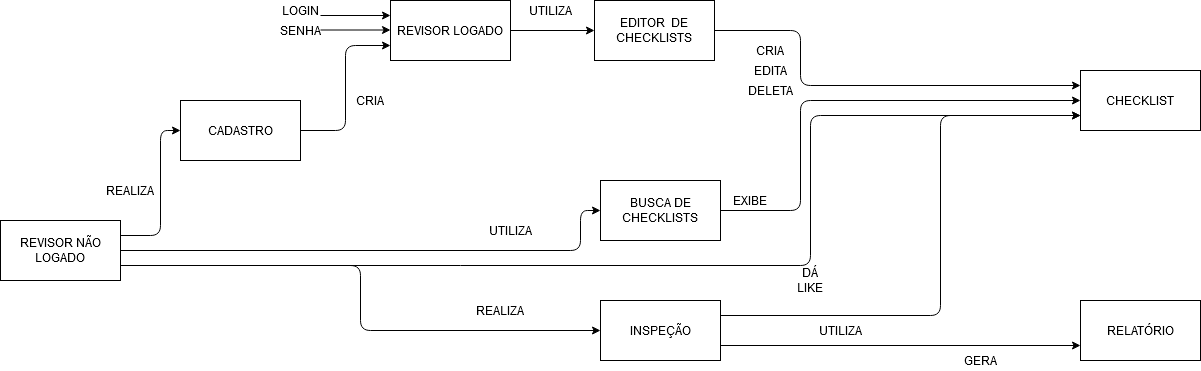
Earlier version of the draw.io export Specification/SADT-Revisionhub.png (marcosvporto/revisionhub). Source tidied: cells renumbered, new cells last; positions are measured from the earlier drawing's top-left corner, leaving out a move shared by most shapes. The source it was exported from:
```xml
<mxGraphModel>
  <root>
    <mxCell id="0" />
    <mxCell id="1" parent="0" />
    <mxCell id="2" style="edgeStyle=orthogonalEdgeStyle;rounded=1;jettySize=auto;html=1;exitX=1;exitY=0.5;exitDx=0;exitDy=0;entryX=0;entryY=0.5;entryDx=0;entryDy=0;" parent="1" edge="1" source="4" target="6">
      <mxGeometry relative="1" as="geometry" />
    </mxCell>
    <mxCell id="3" style="edgeStyle=orthogonalEdgeStyle;rounded=0;jettySize=auto;html=1;entryX=0;entryY=0.25;entryDx=0;entryDy=0;" parent="1" edge="1" target="4">
      <mxGeometry relative="1" as="geometry">
        <mxPoint x="320" y="15" as="sourcePoint" />
      </mxGeometry>
    </mxCell>
    <mxCell id="4" value="REVISOR LOGADO " style="rounded=0;whiteSpace=wrap;html=1;" parent="1" vertex="1">
      <mxGeometry x="390" width="120" height="60" as="geometry" />
    </mxCell>
    <mxCell id="5" style="edgeStyle=orthogonalEdgeStyle;rounded=1;jettySize=auto;html=1;exitX=1;exitY=0.5;exitDx=0;exitDy=0;entryX=0;entryY=0.25;entryDx=0;entryDy=0;" parent="1" edge="1" source="6" target="15">
      <mxGeometry relative="1" as="geometry">
        <Array as="points">
          <mxPoint x="800" y="30" />
          <mxPoint x="800" y="85" />
        </Array>
      </mxGeometry>
    </mxCell>
    <mxCell id="6" value="EDITOR&amp;nbsp; DE CHECKLISTS" style="rounded=0;whiteSpace=wrap;html=1;" parent="1" vertex="1">
      <mxGeometry x="594" width="120" height="60" as="geometry" />
    </mxCell>
    <mxCell id="7" style="edgeStyle=orthogonalEdgeStyle;rounded=1;jettySize=auto;html=1;exitX=1;exitY=0.5;exitDx=0;exitDy=0;entryX=0;entryY=0.5;entryDx=0;entryDy=0;" parent="1" edge="1" source="11" target="14">
      <mxGeometry relative="1" as="geometry">
        <Array as="points">
          <mxPoint x="580" y="250" />
          <mxPoint x="580" y="210" />
        </Array>
      </mxGeometry>
    </mxCell>
    <mxCell id="8" style="edgeStyle=orthogonalEdgeStyle;rounded=1;jettySize=auto;html=1;exitX=1;exitY=0.75;exitDx=0;exitDy=0;entryX=0;entryY=0.75;entryDx=0;entryDy=0;" parent="1" edge="1" source="11" target="15">
      <mxGeometry relative="1" as="geometry">
        <Array as="points">
          <mxPoint x="810" y="265" />
          <mxPoint x="810" y="115" />
        </Array>
      </mxGeometry>
    </mxCell>
    <mxCell id="9" style="edgeStyle=orthogonalEdgeStyle;rounded=1;jettySize=auto;html=1;exitX=1;exitY=0.25;exitDx=0;exitDy=0;entryX=0;entryY=0.5;entryDx=0;entryDy=0;" parent="1" edge="1" source="11" target="27">
      <mxGeometry relative="1" as="geometry">
        <Array as="points">
          <mxPoint x="160" y="235" />
          <mxPoint x="160" y="130" />
        </Array>
      </mxGeometry>
    </mxCell>
    <mxCell id="10" style="edgeStyle=orthogonalEdgeStyle;rounded=1;jettySize=auto;html=1;exitX=1;exitY=0.75;exitDx=0;exitDy=0;entryX=0;entryY=0.5;entryDx=0;entryDy=0;" parent="1" edge="1" source="11" target="31">
      <mxGeometry relative="1" as="geometry" />
    </mxCell>
    <mxCell id="11" value="REVISOR NÃO LOGADO" style="rounded=0;whiteSpace=wrap;html=1;" parent="1" vertex="1">
      <mxGeometry y="220" width="120" height="60" as="geometry" />
    </mxCell>
    <mxCell id="12" value="UTILIZA" style="text;html=1;strokeColor=none;fillColor=none;align=center;verticalAlign=middle;whiteSpace=wrap;rounded=0;" parent="1" vertex="1">
      <mxGeometry x="530" width="40" height="20" as="geometry" />
    </mxCell>
    <mxCell id="13" style="edgeStyle=orthogonalEdgeStyle;rounded=1;jettySize=auto;html=1;exitX=1;exitY=0.5;exitDx=0;exitDy=0;entryX=0;entryY=0.5;entryDx=0;entryDy=0;" parent="1" edge="1" source="14" target="15">
      <mxGeometry relative="1" as="geometry">
        <Array as="points">
          <mxPoint x="800" y="210" />
          <mxPoint x="800" y="100" />
        </Array>
      </mxGeometry>
    </mxCell>
    <mxCell id="14" value="BUSCA DE CHECKLISTS" style="rounded=0;whiteSpace=wrap;html=1;" parent="1" vertex="1">
      <mxGeometry x="600" y="180" width="120" height="60" as="geometry" />
    </mxCell>
    <mxCell id="15" value="CHECKLIST" style="rounded=0;whiteSpace=wrap;html=1;" parent="1" vertex="1">
      <mxGeometry x="1080" y="70" width="120" height="60" as="geometry" />
    </mxCell>
    <mxCell id="16" value="CRIA" style="text;html=1;strokeColor=none;fillColor=none;align=center;verticalAlign=middle;whiteSpace=wrap;rounded=0;" parent="1" vertex="1">
      <mxGeometry x="750" y="40" width="40" height="20" as="geometry" />
    </mxCell>
    <mxCell id="17" value="EXIBE" style="text;html=1;strokeColor=none;fillColor=none;align=center;verticalAlign=middle;whiteSpace=wrap;rounded=0;" parent="1" vertex="1">
      <mxGeometry x="730" y="190" width="40" height="20" as="geometry" />
    </mxCell>
    <mxCell id="18" value="UTILIZA" style="text;html=1;strokeColor=none;fillColor=none;align=center;verticalAlign=middle;whiteSpace=wrap;rounded=0;" parent="1" vertex="1">
      <mxGeometry x="490" y="220" width="40" height="20" as="geometry" />
    </mxCell>
    <mxCell id="19" value="DÁ LIKE" style="text;html=1;strokeColor=none;fillColor=none;align=center;verticalAlign=middle;whiteSpace=wrap;rounded=0;" parent="1" vertex="1">
      <mxGeometry x="790" y="270" width="40" height="20" as="geometry" />
    </mxCell>
    <mxCell id="20" value="LOGIN" style="text;html=1;strokeColor=none;fillColor=none;align=center;verticalAlign=middle;whiteSpace=wrap;rounded=0;" parent="1" vertex="1">
      <mxGeometry x="280" width="40" height="20" as="geometry" />
    </mxCell>
    <mxCell id="21" style="edgeStyle=orthogonalEdgeStyle;rounded=1;orthogonalLoop=1;jettySize=auto;html=1;exitX=0;exitY=0.25;exitDx=0;exitDy=0;entryX=0;entryY=0.25;entryDx=0;entryDy=0;" parent="1" edge="1">
      <mxGeometry relative="1" as="geometry">
        <mxPoint x="320" y="29.5" as="sourcePoint" />
        <mxPoint x="390" y="29.5" as="targetPoint" />
      </mxGeometry>
    </mxCell>
    <mxCell id="22" value="SENHA" style="text;html=1;strokeColor=none;fillColor=none;align=center;verticalAlign=middle;whiteSpace=wrap;rounded=0;" parent="1" vertex="1">
      <mxGeometry x="280" y="20" width="40" height="20" as="geometry" />
    </mxCell>
    <mxCell id="23" value="&lt;div&gt;REALIZA &lt;br&gt;&lt;/div&gt;" style="text;html=1;strokeColor=none;fillColor=none;align=center;verticalAlign=middle;whiteSpace=wrap;rounded=0;" parent="1" vertex="1">
      <mxGeometry x="110" y="180" width="40" height="20" as="geometry" />
    </mxCell>
    <mxCell id="24" value="EDITA" style="text;html=1;strokeColor=none;fillColor=none;align=center;verticalAlign=middle;whiteSpace=wrap;rounded=0;" parent="1" vertex="1">
      <mxGeometry x="750" y="60" width="40" height="20" as="geometry" />
    </mxCell>
    <mxCell id="25" value="DELETA" style="text;html=1;strokeColor=none;fillColor=none;align=center;verticalAlign=middle;whiteSpace=wrap;rounded=0;" parent="1" vertex="1">
      <mxGeometry x="750" y="80" width="40" height="20" as="geometry" />
    </mxCell>
    <mxCell id="26" style="edgeStyle=orthogonalEdgeStyle;rounded=1;jettySize=auto;html=1;exitX=1;exitY=0.5;exitDx=0;exitDy=0;entryX=0;entryY=0.75;entryDx=0;entryDy=0;" parent="1" edge="1" source="27" target="4">
      <mxGeometry relative="1" as="geometry" />
    </mxCell>
    <mxCell id="27" value="CADASTRO" style="rounded=0;whiteSpace=wrap;html=1;" parent="1" vertex="1">
      <mxGeometry x="180" y="100" width="120" height="60" as="geometry" />
    </mxCell>
    <mxCell id="28" value="CRIA" style="text;html=1;strokeColor=none;fillColor=none;align=center;verticalAlign=middle;whiteSpace=wrap;rounded=0;" parent="1" vertex="1">
      <mxGeometry x="350" y="90" width="40" height="20" as="geometry" />
    </mxCell>
    <mxCell id="29" style="edgeStyle=orthogonalEdgeStyle;rounded=1;jettySize=auto;html=1;exitX=1;exitY=0.25;exitDx=0;exitDy=0;entryX=0;entryY=0.75;entryDx=0;entryDy=0;" parent="1" edge="1" source="31" target="15">
      <mxGeometry relative="1" as="geometry">
        <Array as="points">
          <mxPoint x="940" y="315" />
          <mxPoint x="940" y="115" />
        </Array>
      </mxGeometry>
    </mxCell>
    <mxCell id="30" style="edgeStyle=orthogonalEdgeStyle;rounded=1;jettySize=auto;html=1;exitX=1;exitY=0.75;exitDx=0;exitDy=0;entryX=0;entryY=0.75;entryDx=0;entryDy=0;" parent="1" edge="1" source="31" target="34">
      <mxGeometry relative="1" as="geometry" />
    </mxCell>
    <mxCell id="31" value="INSPEÇÃO" style="rounded=0;whiteSpace=wrap;html=1;" parent="1" vertex="1">
      <mxGeometry x="600" y="300" width="120" height="60" as="geometry" />
    </mxCell>
    <mxCell id="32" value="REALIZA" style="text;html=1;strokeColor=none;fillColor=none;align=center;verticalAlign=middle;whiteSpace=wrap;rounded=0;" parent="1" vertex="1">
      <mxGeometry x="480" y="300" width="40" height="20" as="geometry" />
    </mxCell>
    <mxCell id="33" value="UTILIZA" style="text;html=1;strokeColor=none;fillColor=none;align=center;verticalAlign=middle;whiteSpace=wrap;rounded=0;" parent="1" vertex="1">
      <mxGeometry x="820" y="320" width="40" height="20" as="geometry" />
    </mxCell>
    <mxCell id="34" value="RELATÓRIO" style="rounded=0;whiteSpace=wrap;html=1;" parent="1" vertex="1">
      <mxGeometry x="1080" y="300" width="120" height="60" as="geometry" />
    </mxCell>
    <mxCell id="35" value="GERA" style="text;html=1;strokeColor=none;fillColor=none;align=center;verticalAlign=middle;whiteSpace=wrap;rounded=0;" parent="1" vertex="1">
      <mxGeometry x="960" y="350" width="40" height="20" as="geometry" />
    </mxCell>
  </root>
</mxGraphModel>
```
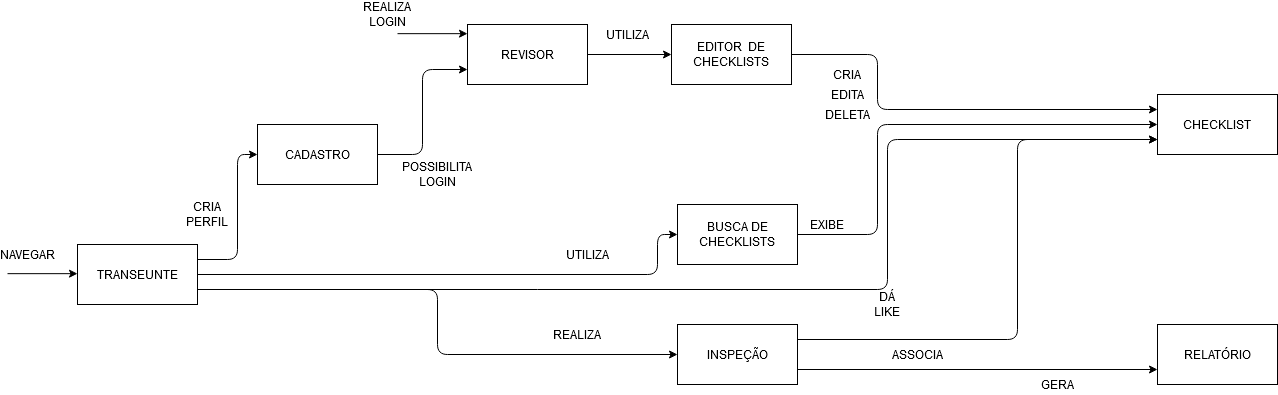
The same diagram one commit later.

Commit message:
Modified: LAL-Revisionhub & SADT-Revisionhub

Change to the diagram source:
```diff
@@ -5,12 +5,7 @@
     <mxCell id="2" style="edgeStyle=orthogonalEdgeStyle;rounded=1;jettySize=auto;html=1;exitX=1;exitY=0.5;exitDx=0;exitDy=0;entryX=0;entryY=0.5;entryDx=0;entryDy=0;" parent="1" edge="1" source="4" target="6">
       <mxGeometry relative="1" as="geometry" />
     </mxCell>
-    <mxCell id="3" style="edgeStyle=orthogonalEdgeStyle;rounded=0;jettySize=auto;html=1;entryX=0;entryY=0.25;entryDx=0;entryDy=0;" parent="1" edge="1" target="4">
-      <mxGeometry relative="1" as="geometry">
-        <mxPoint x="320" y="15" as="sourcePoint" />
-      </mxGeometry>
-    </mxCell>
-    <mxCell id="4" value="REVISOR LOGADO " style="rounded=0;whiteSpace=wrap;html=1;" parent="1" vertex="1">
+    <mxCell id="4" value="REVISOR" style="rounded=0;whiteSpace=wrap;html=1;" parent="1" vertex="1">
       <mxGeometry x="390" width="120" height="60" as="geometry" />
     </mxCell>
     <mxCell id="5" style="edgeStyle=orthogonalEdgeStyle;rounded=1;jettySize=auto;html=1;exitX=1;exitY=0.5;exitDx=0;exitDy=0;entryX=0;entryY=0.25;entryDx=0;entryDy=0;" parent="1" edge="1" source="6" target="15">
@@ -51,7 +46,7 @@
     <mxCell id="10" style="edgeStyle=orthogonalEdgeStyle;rounded=1;jettySize=auto;html=1;exitX=1;exitY=0.75;exitDx=0;exitDy=0;entryX=0;entryY=0.5;entryDx=0;entryDy=0;" parent="1" edge="1" source="11" target="31">
       <mxGeometry relative="1" as="geometry" />
     </mxCell>
-    <mxCell id="11" value="REVISOR NÃO LOGADO" style="rounded=0;whiteSpace=wrap;html=1;" parent="1" vertex="1">
+    <mxCell id="11" value="TRANSEUNTE" style="rounded=0;whiteSpace=wrap;html=1;" parent="1" vertex="1">
       <mxGeometry y="220" width="120" height="60" as="geometry" />
     </mxCell>
     <mxCell id="12" value="UTILIZA" style="text;html=1;strokeColor=none;fillColor=none;align=center;verticalAlign=middle;whiteSpace=wrap;rounded=0;" parent="1" vertex="1">
@@ -83,19 +78,7 @@
     <mxCell id="19" value="DÁ LIKE" style="text;html=1;strokeColor=none;fillColor=none;align=center;verticalAlign=middle;whiteSpace=wrap;rounded=0;" parent="1" vertex="1">
       <mxGeometry x="790" y="270" width="40" height="20" as="geometry" />
     </mxCell>
-    <mxCell id="20" value="LOGIN" style="text;html=1;strokeColor=none;fillColor=none;align=center;verticalAlign=middle;whiteSpace=wrap;rounded=0;" parent="1" vertex="1">
-      <mxGeometry x="280" width="40" height="20" as="geometry" />
-    </mxCell>
-    <mxCell id="21" style="edgeStyle=orthogonalEdgeStyle;rounded=1;orthogonalLoop=1;jettySize=auto;html=1;exitX=0;exitY=0.25;exitDx=0;exitDy=0;entryX=0;entryY=0.25;entryDx=0;entryDy=0;" parent="1" edge="1">
-      <mxGeometry relative="1" as="geometry">
-        <mxPoint x="320" y="29.5" as="sourcePoint" />
-        <mxPoint x="390" y="29.5" as="targetPoint" />
-      </mxGeometry>
-    </mxCell>
-    <mxCell id="22" value="SENHA" style="text;html=1;strokeColor=none;fillColor=none;align=center;verticalAlign=middle;whiteSpace=wrap;rounded=0;" parent="1" vertex="1">
-      <mxGeometry x="280" y="20" width="40" height="20" as="geometry" />
-    </mxCell>
-    <mxCell id="23" value="&lt;div&gt;REALIZA &lt;br&gt;&lt;/div&gt;" style="text;html=1;strokeColor=none;fillColor=none;align=center;verticalAlign=middle;whiteSpace=wrap;rounded=0;" parent="1" vertex="1">
+    <mxCell id="23" value="CRIA PERFIL" style="text;html=1;strokeColor=none;fillColor=none;align=center;verticalAlign=middle;whiteSpace=wrap;rounded=0;" parent="1" vertex="1">
       <mxGeometry x="110" y="180" width="40" height="20" as="geometry" />
     </mxCell>
     <mxCell id="24" value="EDITA" style="text;html=1;strokeColor=none;fillColor=none;align=center;verticalAlign=middle;whiteSpace=wrap;rounded=0;" parent="1" vertex="1">
@@ -110,8 +93,8 @@
     <mxCell id="27" value="CADASTRO" style="rounded=0;whiteSpace=wrap;html=1;" parent="1" vertex="1">
       <mxGeometry x="180" y="100" width="120" height="60" as="geometry" />
     </mxCell>
-    <mxCell id="28" value="CRIA" style="text;html=1;strokeColor=none;fillColor=none;align=center;verticalAlign=middle;whiteSpace=wrap;rounded=0;" parent="1" vertex="1">
-      <mxGeometry x="350" y="90" width="40" height="20" as="geometry" />
+    <mxCell id="28" value="POSSIBILITA LOGIN" style="text;html=1;strokeColor=none;fillColor=none;align=center;verticalAlign=middle;whiteSpace=wrap;rounded=0;" parent="1" vertex="1">
+      <mxGeometry x="340" y="140" width="40" height="20" as="geometry" />
     </mxCell>
     <mxCell id="29" style="edgeStyle=orthogonalEdgeStyle;rounded=1;jettySize=auto;html=1;exitX=1;exitY=0.25;exitDx=0;exitDy=0;entryX=0;entryY=0.75;entryDx=0;entryDy=0;" parent="1" edge="1" source="31" target="15">
       <mxGeometry relative="1" as="geometry">
@@ -130,7 +113,7 @@
     <mxCell id="32" value="REALIZA" style="text;html=1;strokeColor=none;fillColor=none;align=center;verticalAlign=middle;whiteSpace=wrap;rounded=0;" parent="1" vertex="1">
       <mxGeometry x="480" y="300" width="40" height="20" as="geometry" />
     </mxCell>
-    <mxCell id="33" value="UTILIZA" style="text;html=1;strokeColor=none;fillColor=none;align=center;verticalAlign=middle;whiteSpace=wrap;rounded=0;" parent="1" vertex="1">
+    <mxCell id="33" value="ASSOCIA" style="text;html=1;strokeColor=none;fillColor=none;align=center;verticalAlign=middle;whiteSpace=wrap;rounded=0;" parent="1" vertex="1">
       <mxGeometry x="820" y="320" width="40" height="20" as="geometry" />
     </mxCell>
     <mxCell id="34" value="RELATÓRIO" style="rounded=0;whiteSpace=wrap;html=1;" parent="1" vertex="1">
@@ -139,5 +122,23 @@
     <mxCell id="35" value="GERA" style="text;html=1;strokeColor=none;fillColor=none;align=center;verticalAlign=middle;whiteSpace=wrap;rounded=0;" parent="1" vertex="1">
       <mxGeometry x="960" y="350" width="40" height="20" as="geometry" />
     </mxCell>
+    <mxCell id="36" style="edgeStyle=orthogonalEdgeStyle;rounded=0;orthogonalLoop=1;jettySize=auto;html=1;entryX=0;entryY=0.25;entryDx=0;entryDy=0;" parent="1" edge="1">
+      <mxGeometry relative="1" as="geometry">
+        <mxPoint x="-70" y="249.2" as="sourcePoint" />
+        <mxPoint y="249.2" as="targetPoint" />
+      </mxGeometry>
+    </mxCell>
+    <mxCell id="37" value="NAVEGAR" style="text;html=1;strokeColor=none;fillColor=none;align=center;verticalAlign=middle;whiteSpace=wrap;rounded=0;" parent="1" vertex="1">
+      <mxGeometry x="-70" y="220" width="40" height="20" as="geometry" />
+    </mxCell>
+    <mxCell id="38" style="edgeStyle=orthogonalEdgeStyle;rounded=0;orthogonalLoop=1;jettySize=auto;html=1;entryX=0;entryY=0.25;entryDx=0;entryDy=0;" parent="1" edge="1">
+      <mxGeometry relative="1" as="geometry">
+        <mxPoint x="320" y="9.2" as="sourcePoint" />
+        <mxPoint x="390" y="9.2" as="targetPoint" />
+      </mxGeometry>
+    </mxCell>
+    <mxCell id="39" value="REALIZA LOGIN" style="text;html=1;strokeColor=none;fillColor=none;align=center;verticalAlign=middle;whiteSpace=wrap;rounded=0;" parent="1" vertex="1">
+      <mxGeometry x="290" y="-20" width="40" height="20" as="geometry" />
+    </mxCell>
   </root>
 </mxGraphModel>
```
